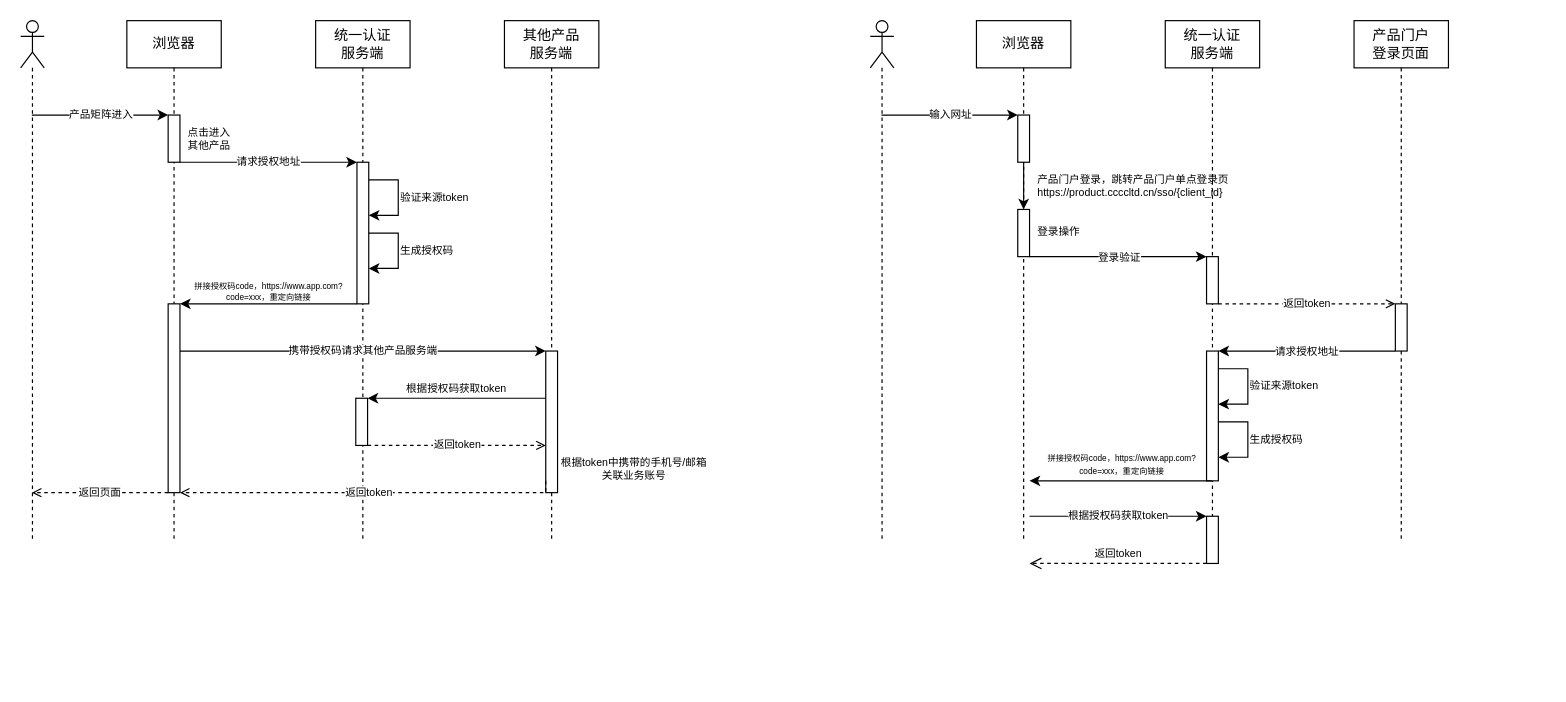
Before: page "登录交互" (5 of 5) of others/产品中心.drawio in Qunz/drawio, a draw.io diagram. Source tidied: cells renumbered, new cells numbered last; positions are measured from the earlier drawing's top-left corner, leaving out a move shared by most shapes. Both pictures are drawn from the tidied source at 118%, with x=0, y=0 at pixel (20, 20).
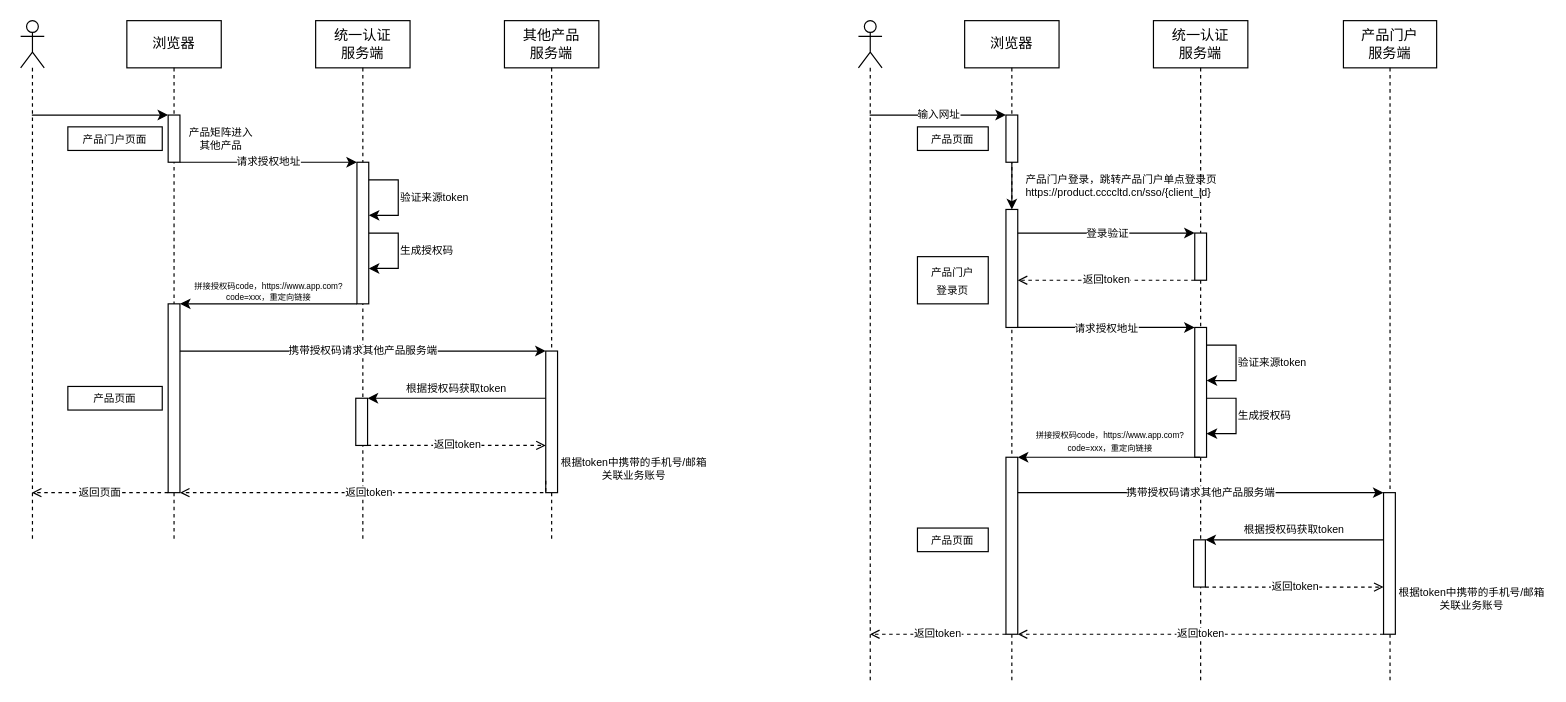
The same diagram, later.

Commit message (it also covers changes not shown here):
更新产品中心.drawio

Unchanged cells that the change refers to:
```xml
<mxCell id="3" style="shape=umlLifeline;perimeter=lifelinePerimeter;whiteSpace=wrap;html=1;outlineConnect=0;portConstraint=eastwest;newEdgeStyle={&quot;curved&quot;:0,&quot;rounded&quot;:0};participant=umlActor;" parent="1" vertex="1">
  <mxGeometry width="20" height="440" as="geometry" />
</mxCell>
<mxCell id="5" style="html=1;points=[[0,0,0,0,5],[0,1,0,0,-5],[1,0,0,0,5],[1,1,0,0,-5]];perimeter=orthogonalPerimeter;outlineConnect=0;targetShapes=umlLifeline;portConstraint=eastwest;newEdgeStyle={&quot;curved&quot;:0,&quot;rounded&quot;:0};" parent="4" vertex="1">
  <mxGeometry x="35" y="80" width="10" height="40" as="geometry" />
</mxCell>
```

Change to the diagram source:
```diff
@@
-    <mxCell id="2" value="产品矩阵进入" style="edgeStyle=orthogonalEdgeStyle;rounded=0;jettySize=auto;html=1;curved=0;fontSize=9;" parent="1" edge="1" source="3" target="5">
+    <mxCell id="2" style="edgeStyle=orthogonalEdgeStyle;rounded=0;jettySize=auto;html=1;curved=0;fontSize=9;" parent="1" edge="1" source="3" target="5">
       <mxGeometry relative="1" as="geometry">
         <Array as="points">
           <mxPoint x="100" y="80" />
           <mxPoint x="100" y="80" />
         </Array>
       </mxGeometry>
     </mxCell>
@@
-    <mxCell id="14" value="点击进入&lt;br&gt;&lt;span style=&quot;background-color: transparent; color: light-dark(rgb(0, 0, 0), rgb(255, 255, 255));&quot;&gt;其他产品&lt;/span&gt;" style="text;html=1;align=center;verticalAlign=middle;whiteSpace=wrap;rounded=0;fontSize=9;" parent="1" vertex="1">
-      <mxGeometry x="140" y="90" width="40" height="20" as="geometry" />
+    <mxCell id="14" value="&lt;span style=&quot;text-wrap-mode: nowrap; background-color: rgb(255, 255, 255);&quot;&gt;产品矩阵进入&lt;/span&gt;&lt;br&gt;&lt;span style=&quot;background-color: transparent; color: light-dark(rgb(0, 0, 0), rgb(255, 255, 255));&quot;&gt;其他产品&lt;/span&gt;" style="text;html=1;align=center;verticalAlign=middle;whiteSpace=wrap;rounded=0;fontSize=9;" parent="1" vertex="1">
+      <mxGeometry x="150" y="90" width="40" height="20" as="geometry" />
     </mxCell>
@@
     <mxCell id="19" style="shape=umlLifeline;perimeter=lifelinePerimeter;whiteSpace=wrap;html=1;outlineConnect=0;portConstraint=eastwest;newEdgeStyle={&quot;curved&quot;:0,&quot;rounded&quot;:0};participant=umlActor;" parent="1" vertex="1">
-      <mxGeometry x="720" width="20" height="440" as="geometry" />
+      <mxGeometry x="710" width="20" height="560" as="geometry" />
     </mxCell>
     <mxCell id="20" value="浏览器" style="shape=umlLifeline;perimeter=lifelinePerimeter;whiteSpace=wrap;html=1;newEdgeStyle={&quot;curved&quot;:0,&quot;rounded&quot;:0};" parent="1" vertex="1">
-      <mxGeometry x="810" width="80" height="440" as="geometry" />
+      <mxGeometry x="800" width="80" height="560" as="geometry" />
     </mxCell>
@@
     <mxCell id="22" style="html=1;points=[[0,0,0,0,5],[0,1,0,0,-5],[1,0,0,0,5],[1,1,0,0,-5]];perimeter=orthogonalPerimeter;outlineConnect=0;targetShapes=umlLifeline;portConstraint=eastwest;newEdgeStyle={&quot;curved&quot;:0,&quot;rounded&quot;:0};" parent="20" vertex="1">
-      <mxGeometry x="35" y="160" width="10" height="40" as="geometry" />
+      <mxGeometry x="35" y="160" width="10" height="100" as="geometry" />
     </mxCell>
@@
+    <mxCell id="45" style="html=1;perimeter=orthogonalPerimeter;targetShapes=umlLifeline;newEdgeStyle={&quot;curved&quot;:0,&quot;rounded&quot;:0};" parent="20" vertex="1">
+      <mxGeometry x="35" y="370" width="10" height="150" as="geometry" />
+    </mxCell>
     <mxCell id="24" value="统一认证&lt;div&gt;服务端&lt;/div&gt;" style="shape=umlLifeline;perimeter=lifelinePerimeter;whiteSpace=wrap;html=1;newEdgeStyle={&quot;curved&quot;:0,&quot;rounded&quot;:0};" parent="1" vertex="1">
-      <mxGeometry x="970" width="80" height="440" as="geometry" />
+      <mxGeometry x="960" width="80" height="560" as="geometry" />
     </mxCell>
     <mxCell id="25" style="html=1;points=[[0,0,0,0,5],[0,1,0,0,-5],[1,0,0,0,5],[1,1,0,0,-5]];perimeter=orthogonalPerimeter;outlineConnect=0;targetShapes=umlLifeline;portConstraint=eastwest;newEdgeStyle={&quot;curved&quot;:0,&quot;rounded&quot;:0};" parent="24" vertex="1">
-      <mxGeometry x="35" y="200" width="10" height="40" as="geometry" />
+      <mxGeometry x="35" y="180" width="10" height="40" as="geometry" />
     </mxCell>
-    <mxCell id="26" style="html=1;points=[[0,0,0,0,5],[0,1,0,0,-5],[1,0,0,0,5],[1,1,0,0,-5]];perimeter=orthogonalPerimeter;outlineConnect=0;targetShapes=umlLifeline;portConstraint=eastwest;newEdgeStyle={&quot;curved&quot;:0,&quot;rounded&quot;:0};" parent="24" vertex="1">
-      <mxGeometry x="35" y="420" width="10" height="40" as="geometry" />
-    </mxCell>
     <mxCell id="27" style="html=1;points=[[0,0,0,0,5],[0,1,0,0,-5],[1,0,0,0,5],[1,1,0,0,-5]];perimeter=orthogonalPerimeter;outlineConnect=0;targetShapes=umlLifeline;portConstraint=eastwest;newEdgeStyle={&quot;curved&quot;:0,&quot;rounded&quot;:0};" parent="24" vertex="1">
-      <mxGeometry x="35" y="280" width="10" height="110" as="geometry" />
+      <mxGeometry x="35" y="260" width="10" height="110" as="geometry" />
     </mxCell>
     <mxCell id="28" value="&lt;div style=&quot;text-align: center;&quot;&gt;&lt;span style=&quot;background-color: light-dark(#ffffff, var(--ge-dark-color, #121212)); color: light-dark(rgb(0, 0, 0), rgb(255, 255, 255));&quot;&gt;验证来源token&lt;/span&gt;&lt;/div&gt;" style="edgeStyle=orthogonalEdgeStyle;rounded=0;orthogonalLoop=1;jettySize=auto;html=1;curved=0;fontSize=9;labelPosition=right;verticalLabelPosition=middle;align=left;verticalAlign=middle;" parent="24" edge="1" source="27" target="27">
       <mxGeometry relative="1" as="geometry">
         <Array as="points">
-          <mxPoint x="70" y="295" />
-          <mxPoint x="70" y="325" />
+          <mxPoint x="70" y="275" />
+          <mxPoint x="70" y="305" />
         </Array>
       </mxGeometry>
     </mxCell>
     <mxCell id="29" value="&lt;div style=&quot;text-align: center;&quot;&gt;生成授权码&lt;/div&gt;" style="edgeStyle=orthogonalEdgeStyle;rounded=0;orthogonalLoop=1;jettySize=auto;html=1;curved=0;fontSize=9;labelPosition=right;verticalLabelPosition=middle;align=left;verticalAlign=middle;" parent="24" edge="1" source="27" target="27">
       <mxGeometry relative="1" as="geometry">
         <Array as="points">
-          <mxPoint x="70" y="340" />
-          <mxPoint x="70" y="370" />
+          <mxPoint x="70" y="320" />
+          <mxPoint x="70" y="350" />
         </Array>
       </mxGeometry>
     </mxCell>
-    <mxCell id="30" value="返回token" style="edgeStyle=orthogonalEdgeStyle;rounded=0;jettySize=auto;html=1;curved=0;fontSize=9;dashed=1;endArrow=open;endFill=0;" parent="1" edge="1" source="25" target="33">
+    <mxCell id="30" value="返回token" style="rounded=0;jettySize=auto;html=1;fontSize=9;dashed=1;endArrow=open;endFill=0;" parent="1" edge="1" source="25">
       <mxGeometry relative="1" as="geometry">
-        <Array as="points">
-          <mxPoint x="1130" y="240" />
-          <mxPoint x="1130" y="240" />
-        </Array>
+        <mxPoint x="845" y="220" as="targetPoint" />
       </mxGeometry>
     </mxCell>
     <mxCell id="31" value="&lt;span style=&quot;font-size: 7px;&quot;&gt;拼接授权码code，&lt;/span&gt;&lt;span style=&quot;color: light-dark(rgb(0, 0, 0), rgb(255, 255, 255)); font-size: 7px; text-wrap-mode: wrap; background-color: light-dark(rgb(251, 251, 251), rgb(21, 21, 21));&quot;&gt;https://www.app.com?code=xxx，重定向&lt;/span&gt;&lt;span style=&quot;color: light-dark(rgb(0, 0, 0), rgb(255, 255, 255)); font-size: 7px; text-wrap-mode: wrap; background-color: light-dark(rgb(251, 251, 251), rgb(21, 21, 21));&quot;&gt;链接&lt;/span&gt;" style="html=1;verticalAlign=bottom;endArrow=classic;endSize=6;rounded=0;fontSize=9;endFill=1;" parent="1" edge="1">
       <mxGeometry relative="1" as="geometry">
-        <mxPoint x="1009.5" y="390" as="sourcePoint" />
-        <mxPoint x="855" y="390" as="targetPoint" />
+        <mxPoint x="999.5" y="370" as="sourcePoint" />
+        <mxPoint x="845" y="370" as="targetPoint" />
       </mxGeometry>
     </mxCell>
-    <mxCell id="32" value="产品门户&lt;br&gt;登录页面" style="shape=umlLifeline;perimeter=lifelinePerimeter;whiteSpace=wrap;html=1;newEdgeStyle={&quot;curved&quot;:0,&quot;rounded&quot;:0};" parent="1" vertex="1">
-      <mxGeometry x="1130" width="80" height="440" as="geometry" />
+    <mxCell id="32" value="产品门户&lt;br&gt;服务端" style="shape=umlLifeline;perimeter=lifelinePerimeter;whiteSpace=wrap;html=1;newEdgeStyle={&quot;curved&quot;:0,&quot;rounded&quot;:0};" parent="1" vertex="1">
+      <mxGeometry x="1121" width="79" height="560" as="geometry" />
     </mxCell>
-    <mxCell id="33" style="html=1;points=[[0,0,0,0,5],[0,1,0,0,-5],[1,0,0,0,5],[1,1,0,0,-5]];perimeter=orthogonalPerimeter;outlineConnect=0;targetShapes=umlLifeline;portConstraint=eastwest;newEdgeStyle={&quot;curved&quot;:0,&quot;rounded&quot;:0};" parent="32" vertex="1">
-      <mxGeometry x="35" y="240" width="10" height="40" as="geometry" />
-    </mxCell>
+    <mxCell id="46" style="html=1;perimeter=orthogonalPerimeter;targetShapes=umlLifeline;newEdgeStyle={&quot;curved&quot;:0,&quot;rounded&quot;:0};" parent="32" vertex="1">
+      <mxGeometry x="-127" y="440" width="10" height="40" as="geometry" />
+    </mxCell>
+    <mxCell id="47" style="html=1;points=[[0,0,0,0,5],[0,1,0,0,-5],[1,0,0,0,5],[1,1,0,0,-5]];perimeter=orthogonalPerimeter;outlineConnect=0;targetShapes=umlLifeline;portConstraint=eastwest;newEdgeStyle={&quot;curved&quot;:0,&quot;rounded&quot;:0};" parent="32" vertex="1">
+      <mxGeometry x="34" y="400" width="10" height="120" as="geometry" />
+    </mxCell>
+    <mxCell id="48" value="携带授权码请求其他产品服务端" style="rounded=0;orthogonalLoop=1;jettySize=auto;html=1;fontSize=9;" parent="32" edge="1">
+      <mxGeometry relative="1" as="geometry">
+        <mxPoint x="-276" y="400" as="sourcePoint" />
+        <mxPoint x="34" y="400" as="targetPoint" />
+      </mxGeometry>
+    </mxCell>
+    <mxCell id="49" value="&lt;span style=&quot;text-wrap-mode: nowrap;&quot;&gt;根据token中携带的手机号/邮箱&lt;/span&gt;&lt;div&gt;&lt;span style=&quot;text-wrap-mode: nowrap;&quot;&gt;关联业务账号&lt;/span&gt;&lt;/div&gt;" style="text;html=1;align=center;verticalAlign=middle;rounded=0;fontSize=9;whiteSpace=wrap;" parent="32" vertex="1">
+      <mxGeometry x="49" y="480" width="120" height="20" as="geometry" />
+    </mxCell>
+    <mxCell id="37" value="&lt;span style=&quot;color: rgb(0, 0, 0); font-family: Helvetica; font-size: 9px; font-style: normal; font-variant-ligatures: normal; font-variant-caps: normal; font-weight: 400; letter-spacing: normal; orphans: 2; text-align: center; text-indent: 0px; text-transform: none; widows: 2; word-spacing: 0px; -webkit-text-stroke-width: 0px; white-space: nowrap; background-color: rgb(255, 255, 255); text-decoration-thickness: initial; text-decoration-style: initial; text-decoration-color: initial; float: none; display: inline !important;&quot;&gt;根据授权码获取token&lt;/span&gt;" style="html=1;verticalAlign=bottom;endArrow=classic;endSize=6;rounded=0;fontSize=9;endFill=1;" parent="32" edge="1">
+      <mxGeometry relative="1" as="geometry">
+        <mxPoint x="34" y="440" as="sourcePoint" />
+        <mxPoint x="-117" y="440" as="targetPoint" />
+      </mxGeometry>
+    </mxCell>
+    <mxCell id="50" value="返回token" style="edgeStyle=orthogonalEdgeStyle;rounded=0;orthogonalLoop=1;jettySize=auto;html=1;curved=0;fontSize=9;dashed=1;endArrow=open;endFill=0;" parent="32" edge="1">
+      <mxGeometry relative="1" as="geometry">
+        <mxPoint x="-117" y="480" as="sourcePoint" />
+        <mxPoint x="34" y="480" as="targetPoint" />
+      </mxGeometry>
+    </mxCell>
+    <mxCell id="51" value="返回token" style="rounded=0;jettySize=auto;html=1;fontSize=9;dashed=1;endArrow=open;endFill=0;" parent="32" edge="1" source="47">
+      <mxGeometry relative="1" as="geometry">
+        <mxPoint x="-276" y="520" as="targetPoint" />
+      </mxGeometry>
+    </mxCell>
     <mxCell id="34" style="rounded=0;jettySize=auto;html=1;" parent="1" edge="1" target="25">
       <mxGeometry relative="1" as="geometry">
-        <mxPoint x="855" y="200" as="sourcePoint" />
+        <mxPoint x="845" y="180" as="sourcePoint" />
       </mxGeometry>
     </mxCell>
@@
-    <mxCell id="36" value="&lt;span style=&quot;font-size: 9px;&quot;&gt;请求授权地址&lt;/span&gt;" style="edgeStyle=orthogonalEdgeStyle;rounded=0;jettySize=auto;html=1;curved=0;" parent="1" edge="1" source="33">
+    <mxCell id="36" value="&lt;span style=&quot;font-size: 9px;&quot;&gt;请求授权地址&lt;/span&gt;" style="rounded=0;jettySize=auto;html=1;" parent="1" edge="1" target="27">
       <mxGeometry relative="1" as="geometry">
-        <mxPoint x="1015" y="280" as="targetPoint" />
-        <Array as="points">
-          <mxPoint x="1130" y="280" />
-          <mxPoint x="1130" y="280" />
-        </Array>
+        <mxPoint x="845" y="260" as="sourcePoint" />
       </mxGeometry>
     </mxCell>
-    <mxCell id="37" value="根据授权码获取token" style="rounded=0;jettySize=auto;html=1;fontSize=9;" parent="1" edge="1" target="26">
-      <mxGeometry relative="1" as="geometry">
-        <mxPoint x="855" y="420" as="sourcePoint" />
-      </mxGeometry>
-    </mxCell>
-    <mxCell id="38" value="返回token" style="html=1;verticalAlign=bottom;endArrow=open;dashed=1;endSize=8;rounded=0;fontSize=9;" parent="1" edge="1">
-      <mxGeometry relative="1" as="geometry">
-        <mxPoint x="1005" y="460" as="sourcePoint" />
-        <mxPoint x="855" y="460" as="targetPoint" />
-      </mxGeometry>
-    </mxCell>
@@
-    <mxCell id="44" value="&lt;span style=&quot;font-size: 9px; text-align: left; text-wrap-mode: nowrap; background-color: rgb(255, 255, 255);&quot;&gt;登录操作&lt;/span&gt;" style="text;html=1;align=center;verticalAlign=middle;whiteSpace=wrap;rounded=0;" parent="1" vertex="1">
-      <mxGeometry x="860" y="170" width="40" height="15" as="geometry" />
+    <mxCell id="44" value="&lt;span style=&quot;font-size: 9px; text-align: left; text-wrap-mode: nowrap; background-color: rgb(255, 255, 255);&quot;&gt;产品门户&lt;br&gt;登录页&lt;/span&gt;" style="text;html=1;align=center;verticalAlign=middle;whiteSpace=wrap;rounded=0;strokeColor=default;" parent="1" vertex="1">
+      <mxGeometry x="760" y="200" width="60" height="40" as="geometry" />
     </mxCell>
+    <mxCell id="52" value="返回token" style="rounded=0;orthogonalLoop=1;jettySize=auto;html=1;fontSize=9;dashed=1;endArrow=open;endFill=0;" parent="1" edge="1">
+      <mxGeometry relative="1" as="geometry">
+        <mxPoint x="835" y="520" as="sourcePoint" />
+        <mxPoint x="719.8" y="520" as="targetPoint" />
+      </mxGeometry>
+    </mxCell>
+    <mxCell id="53" value="&lt;span style=&quot;font-size: 9px; text-align: left; text-wrap-mode: nowrap; background-color: rgb(255, 255, 255);&quot;&gt;产品页面&lt;/span&gt;" style="text;html=1;align=center;verticalAlign=middle;whiteSpace=wrap;rounded=0;strokeColor=default;" parent="1" vertex="1">
+      <mxGeometry x="760" y="90" width="60" height="20" as="geometry" />
+    </mxCell>
+    <mxCell id="54" value="&lt;span style=&quot;font-size: 9px; text-align: left; text-wrap-mode: nowrap; background-color: rgb(255, 255, 255);&quot;&gt;产品页面&lt;/span&gt;" style="text;html=1;align=center;verticalAlign=middle;whiteSpace=wrap;rounded=0;strokeColor=default;" parent="1" vertex="1">
+      <mxGeometry x="760" y="430" width="60" height="20" as="geometry" />
+    </mxCell>
+    <mxCell id="55" value="&lt;span style=&quot;font-size: 9px; text-align: left; text-wrap-mode: nowrap; background-color: rgb(255, 255, 255);&quot;&gt;产品门户页面&lt;/span&gt;" style="text;html=1;align=center;verticalAlign=middle;whiteSpace=wrap;rounded=0;strokeColor=default;" parent="1" vertex="1">
+      <mxGeometry x="40" y="90" width="80" height="20" as="geometry" />
+    </mxCell>
+    <mxCell id="56" value="&lt;span style=&quot;font-size: 9px; text-align: left; text-wrap-mode: nowrap; background-color: rgb(255, 255, 255);&quot;&gt;产品页面&lt;/span&gt;" style="text;html=1;align=center;verticalAlign=middle;whiteSpace=wrap;rounded=0;strokeColor=default;" parent="1" vertex="1">
+      <mxGeometry x="40" y="310" width="80" height="20" as="geometry" />
+    </mxCell>
```
